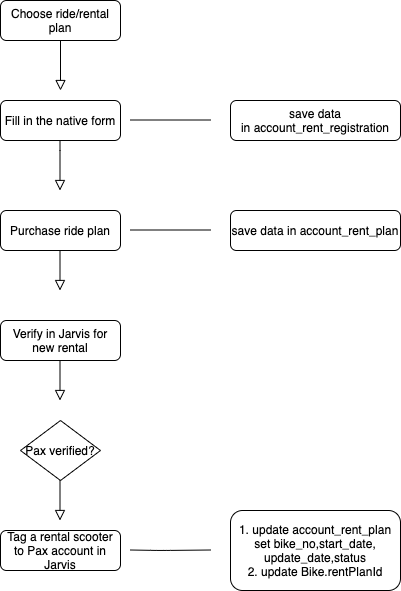
Above: Untitled Diagram.png in Shawn1208/blog (draw.io), before the change. Source tidied: cells renumbered, new cells last; positions are measured from the earlier drawing's top-left corner, leaving out a move shared by most shapes.
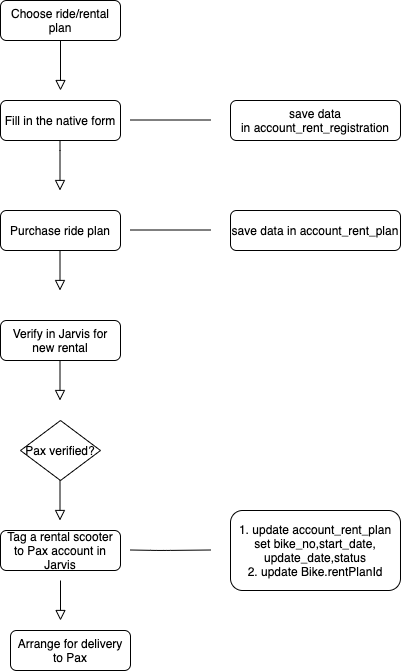
The same file after the commit.

Change to the diagram source:
```diff
@@ -95,5 +95,18 @@
     <mxCell id="18" value="1. update&amp;nbsp;account_rent_plan set&amp;nbsp;bike_no,start_date,&lt;br&gt;update_date,status&lt;br&gt;&lt;span&gt;2. update Bike.rentPlanId&lt;/span&gt;" style="rounded=1;whiteSpace=wrap;html=1;fontSize=12;glass=0;strokeWidth=1;shadow=0;" parent="1" vertex="1">
       <mxGeometry x="230" y="510" width="170" height="80" as="geometry" />
     </mxCell>
+    <mxCell id="19" style="rounded=0;html=1;jettySize=auto;orthogonalLoop=1;fontSize=11;endArrow=block;endFill=0;endSize=8;strokeWidth=1;shadow=0;labelBackgroundColor=none;edgeStyle=orthogonalEdgeStyle;" parent="1" edge="1">
+      <mxGeometry x="0.33" y="20" relative="1" as="geometry">
+        <mxPoint x="60" y="580" as="sourcePoint" />
+        <mxPoint x="60" y="620" as="targetPoint" />
+        <Array as="points">
+          <mxPoint x="60.5" y="620" />
+          <mxPoint x="60.5" y="620" />
+        </Array>
+      </mxGeometry>
+    </mxCell>
+    <mxCell id="20" value="Arrange for delivery to Pax" style="rounded=1;whiteSpace=wrap;html=1;fontSize=12;glass=0;strokeWidth=1;shadow=0;" parent="1" vertex="1">
+      <mxGeometry x="10" y="630" width="120" height="40" as="geometry" />
+    </mxCell>
   </root>
 </mxGraphModel>
```
